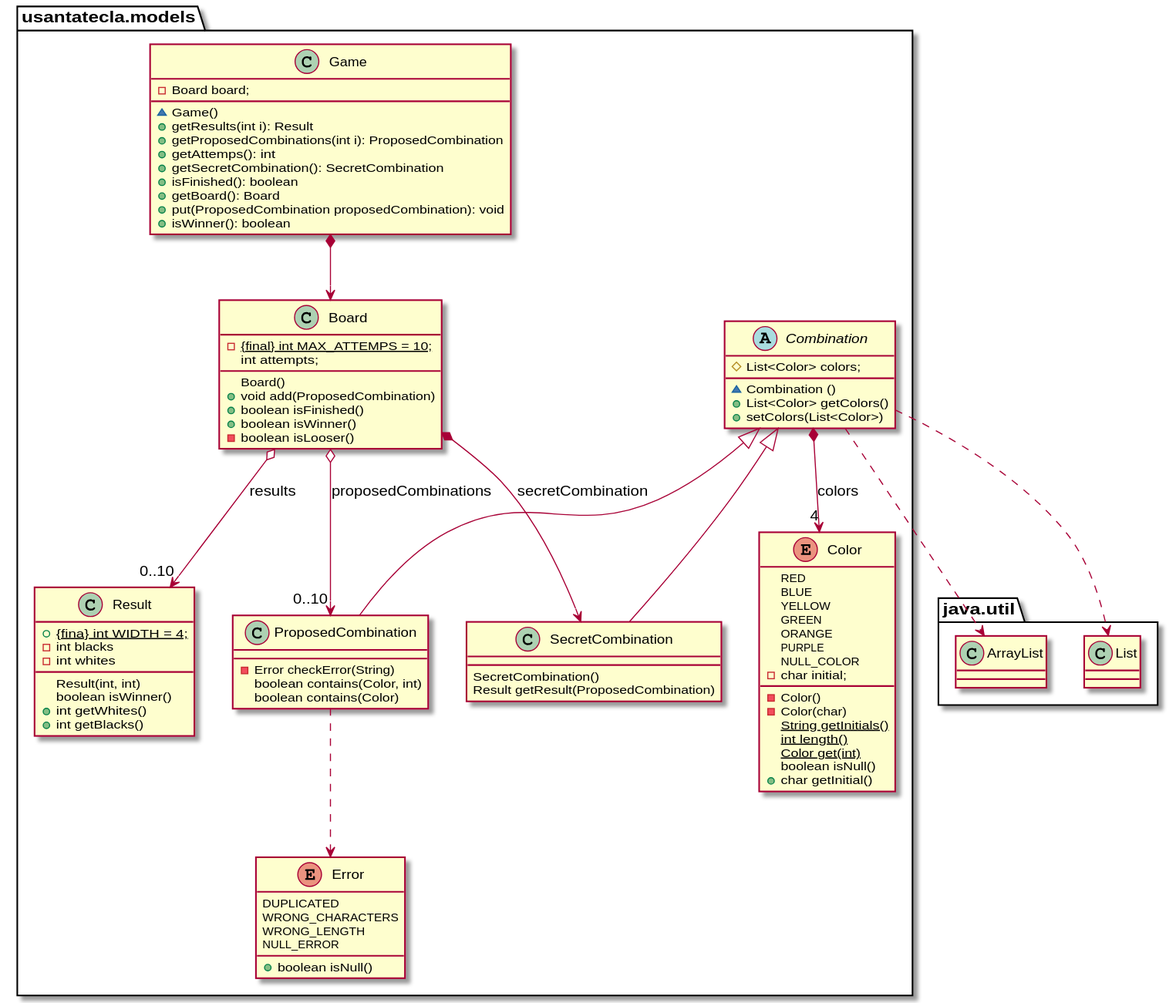
mahuerta/MasterMind keeps this PlantUML diagram as docs/images/mastermindModels.svg. Above is the earlier version.
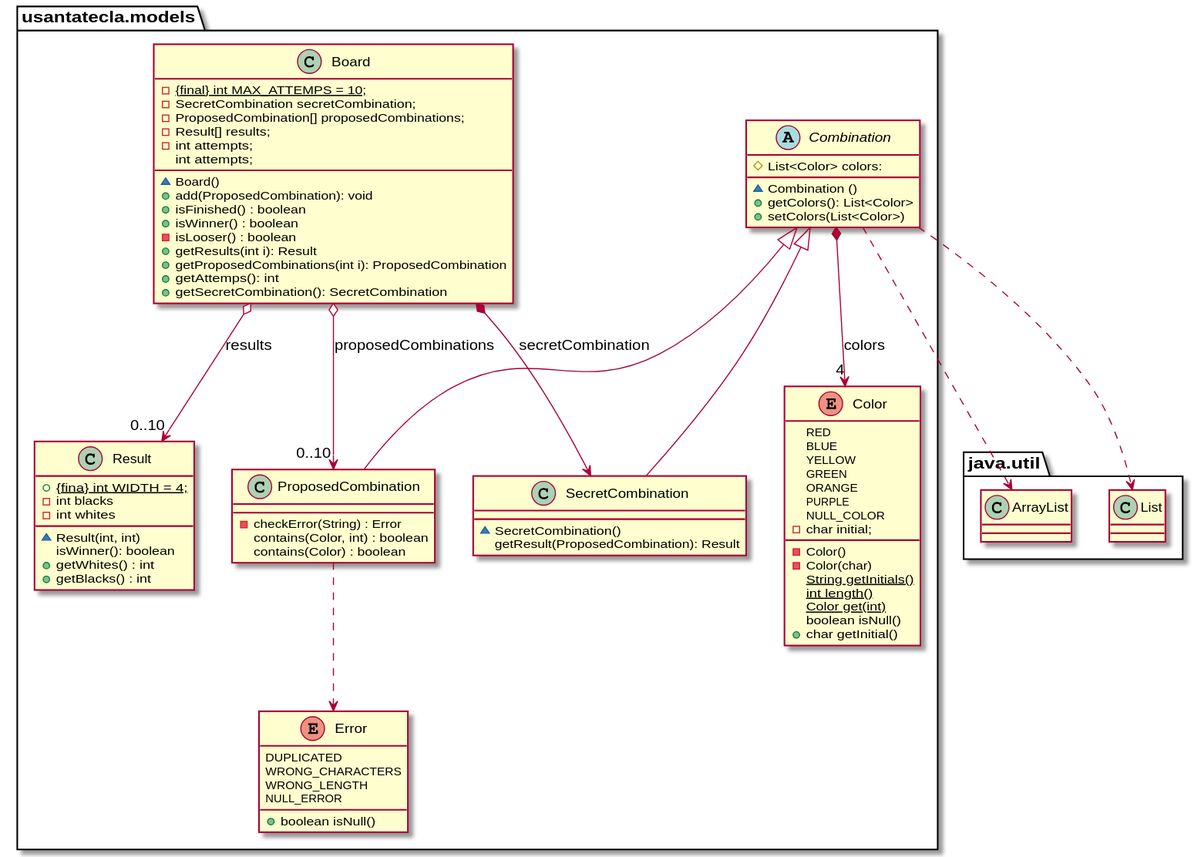
Above is the later version.

Commit message:
Cambio en los diagramas tras borrar Game por ser perezosa

Diff of the diagram source:
```diff
@@ -4,53 +4,48 @@
 
 class Board {
   - {static} {final} int MAX_ATTEMPS = 10;
+  - SecretCombination secretCombination;
+  - ProposedCombination[] proposedCombinations;
+  - Result[] results;
+  -  int attempts;
   int attempts;
-  Board()
-  + void add(ProposedCombination)
-  + boolean isFinished()
-  + boolean isWinner()
-  - boolean isLooser()
+  ~ Board()
+  + add(ProposedCombination): void
+  + isFinished() : boolean
+  + isWinner() : boolean
+  - isLooser() : boolean
+  + getResults(int i): Result
+  + getProposedCombinations(int i): ProposedCombination
+  + getAttemps(): int
+  + getSecretCombination(): SecretCombination
 }
 
 abstract class Combination {
 	~ Combination ()
-	# List<Color> colors;
-	+ List<Color> getColors()
+	# List<Color> colors:
+	+ getColors(): List<Color>
 	+ setColors(List<Color>)
 }
 
 class SecretCombination {
-	SecretCombination()
-	Result getResult(ProposedCombination)
+	~ SecretCombination()
+	getResult(ProposedCombination): Result
 }
 
 class ProposedCombination {
-	- Error checkError(String)
-	boolean contains(Color, int)
-	boolean contains(Color)
+	- checkError(String) : Error
+	contains(Color, int) : boolean
+	contains(Color) : boolean
 }
 
 class Result{
 	+ {static} {fina} int WIDTH = 4;
 	- int blacks
 	- int whites
-	Result(int, int)
-	boolean isWinner()
-	+ int getWhites()
-	+ int getBlacks()
-}
-
-class Game {
-  - Board board;
-  ~ Game()
-  + getResults(int i): Result
-  + getProposedCombinations(int i): ProposedCombination
-  + getAttemps(): int
-  + getSecretCombination(): SecretCombination
-  + isFinished(): boolean
-  + getBoard(): Board
-  + put(ProposedCombination proposedCombination): void
-  + isWinner(): boolean
+	~ Result(int, int)
+	isWinner(): boolean
+	+ getWhites() : int
+	+ getBlacks() : int
 }
 
 enum Color {
@@ -80,8 +75,6 @@
 
 }
 
-
-Game *-down-> Board
 Board *-down-> SecretCombination : secretCombination
 Board o-down-> "0..10" ProposedCombination : proposedCombinations
 Board o-down-> "0..10" Result : results
```
